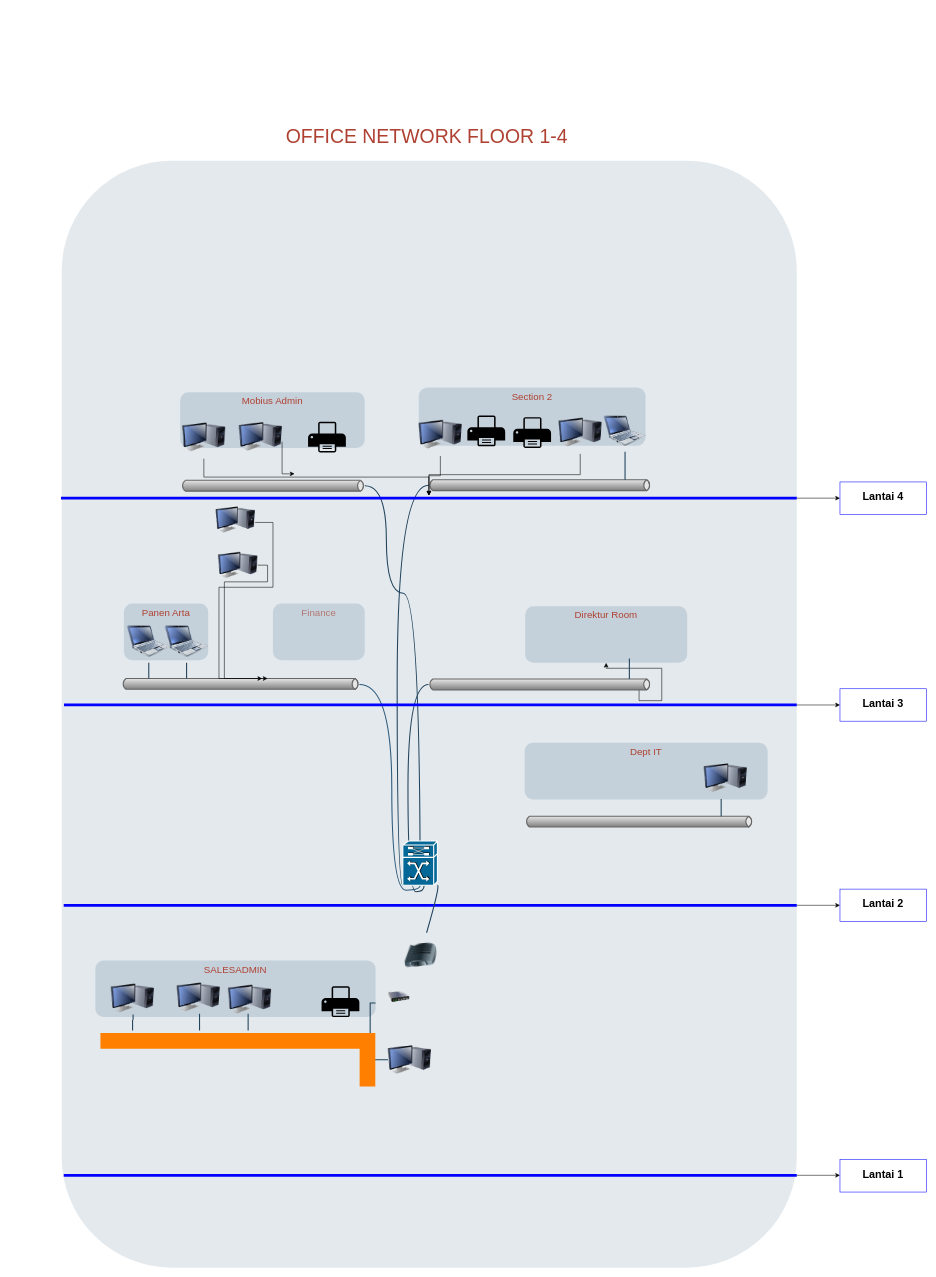
The draw.io diagram Topologi jaringan Office.drawio in dheonz/olampp, before the edit. Source tidied: cells renumbered, new cells numbered last; positions are measured from the earlier drawing's top-left corner, leaving out a move shared by most shapes. Both pictures are drawn from the tidied source at 54%, with x=0, y=0 at pixel (54, 123). Pictures stored in the file or linked from it are replaced by grey dashed boxes.
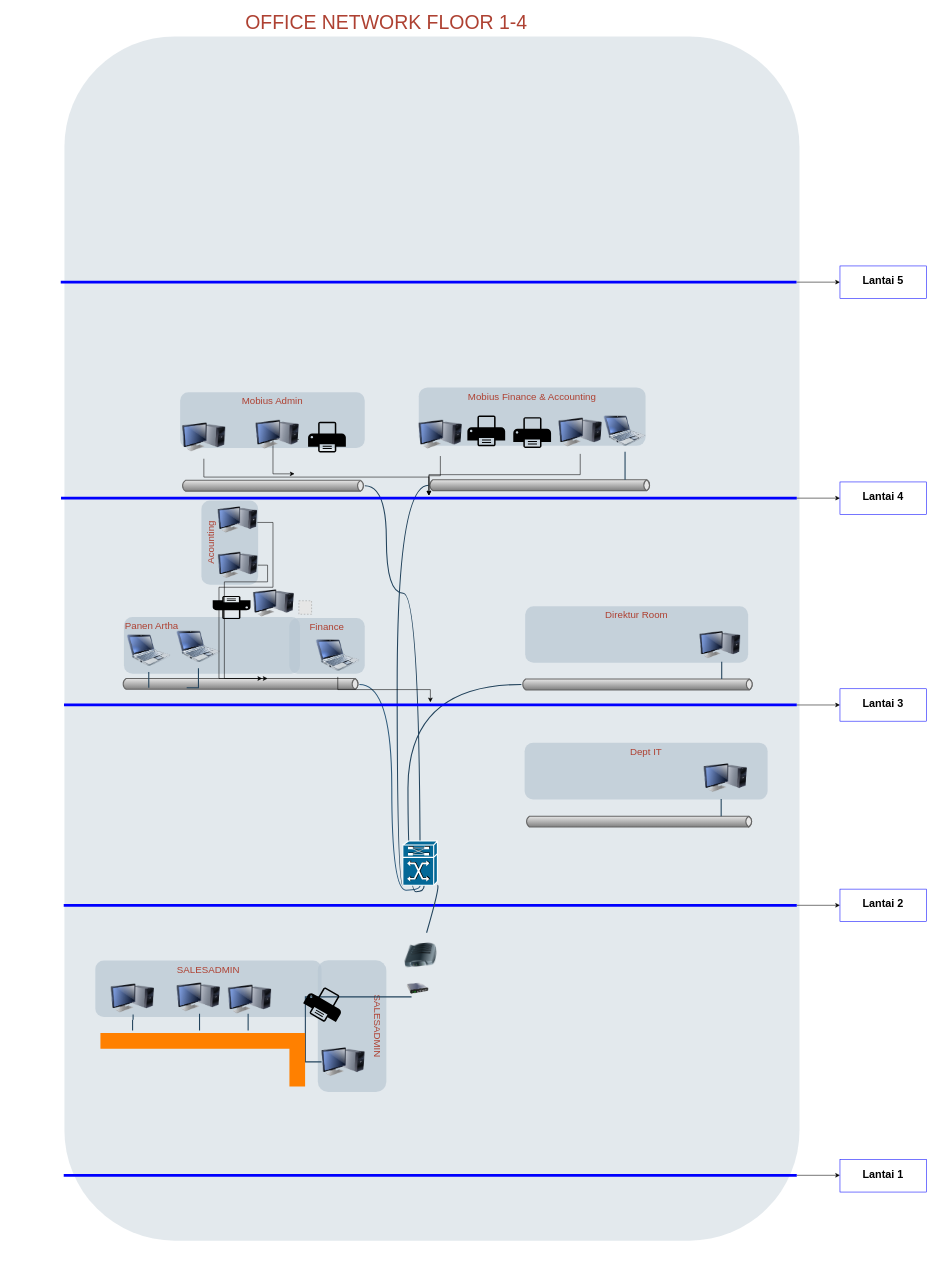
The same diagram, later.

Unchanged cells that the change refers to:
```xml
<mxCell id="16" style="strokeWidth=2;strokeColor=#666666;dashed=0;align=center;html=1;fontSize=8;shape=mxgraph.eip.messageChannel;shadow=0;fillColor=#FFFFFF;gradientColor=none;fontColor=#F08705;fontStyle=0;" parent="1" vertex="1">
  <mxGeometry x="125" y="1029" width="440" height="20" as="geometry" />
</mxCell>
<mxCell id="47" style="line;strokeWidth=5;html=1;strokeColor=#0000FF;" parent="1" vertex="1">
  <mxGeometry x="18" y="1073" width="1357" height="10" as="geometry" />
</mxCell>
```

Change to the diagram source:
```diff
@@
+    <mxCell id="3" style="rounded=1;whiteSpace=wrap;html=1;shadow=0;strokeColor=none;fillColor=#BAC8D3;gradientColor=none;fontSize=18;fontColor=#F08705;opacity=40;fontStyle=0;strokeWidth=3;" parent="1" vertex="1">
+      <mxGeometry x="18.8" y="-160" width="1361.2" height="2230" as="geometry" />
+    </mxCell>
+    <mxCell id="75" value="Acounting" style="rounded=1;whiteSpace=wrap;html=1;shadow=0;strokeColor=none;fillColor=#BAC8D3;gradientColor=none;fontSize=18;fontColor=#AE4132;verticalAlign=top;fontStyle=0;opacity=70;strokeWidth=3;rotation=-90;" parent="1" vertex="1">
+      <mxGeometry x="247" y="725" width="156" height="105" as="geometry" />
+    </mxCell>
+    <mxCell id="30" value="&lt;span style=&quot;line-height: 17.1818180084229px&quot;&gt;SALESADMIN&lt;/span&gt;" style="rounded=1;whiteSpace=wrap;html=1;shadow=0;strokeColor=none;fillColor=#BAC8D3;gradientColor=none;fontSize=18;fontColor=#AE4132;verticalAlign=top;fontStyle=0;opacity=70;strokeWidth=3;" parent="1" vertex="1">
+      <mxGeometry x="76" y="1551" width="419" height="105" as="geometry" />
+    </mxCell>
+    <mxCell id="76" value="&lt;span style=&quot;line-height: 17.1818180084229px&quot;&gt;SALESADMIN&lt;/span&gt;" style="rounded=1;whiteSpace=wrap;html=1;shadow=0;strokeColor=none;fillColor=#BAC8D3;gradientColor=none;fontSize=18;fontColor=#AE4132;verticalAlign=top;fontStyle=0;opacity=70;strokeWidth=3;rotation=90;" parent="1" vertex="1">
+      <mxGeometry x="429.4" y="1609.4" width="244.2" height="126.9" as="geometry" />
+    </mxCell>
     <mxCell id="2" value="&lt;span style=&quot;line-height: 17.1818180084229px&quot;&gt;Finance&lt;/span&gt;" style="rounded=1;whiteSpace=wrap;html=1;shadow=0;strokeColor=none;fillColor=#BAC8D3;gradientColor=none;fontSize=18;fontColor=#AE4132;verticalAlign=top;fontStyle=0;opacity=70;strokeWidth=3;" parent="1" vertex="1">
-      <mxGeometry x="405" y="890" width="170" height="105" as="geometry" />
+      <mxGeometry x="435" y="917" width="140" height="103" as="geometry" />
     </mxCell>
-    <mxCell id="3" style="rounded=1;whiteSpace=wrap;html=1;shadow=0;strokeColor=none;fillColor=#BAC8D3;gradientColor=none;fontSize=18;fontColor=#F08705;opacity=40;fontStyle=0;strokeWidth=3;" parent="1" vertex="1">
-      <mxGeometry x="13.8" y="70" width="1361.2" height="2050" as="geometry" />
-    </mxCell>
@@
-    <mxCell id="6" value="&lt;span style=&quot;line-height: 17.1818180084229px&quot;&gt;Panen Arta&lt;/span&gt;" style="rounded=1;whiteSpace=wrap;html=1;shadow=0;strokeColor=none;fillColor=#BAC8D3;gradientColor=none;fontSize=18;fontColor=#AE4132;verticalAlign=top;fontStyle=0;opacity=70;strokeWidth=3;" parent="1" vertex="1">
-      <mxGeometry x="129" y="890" width="156" height="105" as="geometry" />
+    <mxCell id="6" value="&lt;span style=&quot;line-height: 17.1818180084229px&quot;&gt;Panen Artha&lt;/span&gt;" style="rounded=1;whiteSpace=wrap;html=1;shadow=0;strokeColor=none;fillColor=#BAC8D3;gradientColor=none;fontSize=18;fontColor=#AE4132;verticalAlign=top;fontStyle=0;opacity=70;strokeWidth=3;align=left;" parent="1" vertex="1">
+      <mxGeometry x="129" y="915" width="326" height="105" as="geometry" />
     </mxCell>
     <mxCell id="7" value="&lt;span style=&quot;line-height: 17.1818180084229px&quot;&gt;Direktur Room&lt;/span&gt;" style="rounded=1;whiteSpace=wrap;html=1;shadow=0;strokeColor=none;fillColor=#BAC8D3;gradientColor=none;fontSize=18;fontColor=#AE4132;verticalAlign=top;opacity=70;fontStyle=0;strokeWidth=3;" parent="1" vertex="1">
-      <mxGeometry x="872" y="895" width="300" height="105" as="geometry" />
+      <mxGeometry x="872" y="895" width="413" height="105" as="geometry" />
     </mxCell>
-    <mxCell id="8" value="&lt;span style=&quot;line-height: 17.1818180084229px&quot;&gt;Section 2&lt;/span&gt;&lt;br&gt;" style="rounded=1;whiteSpace=wrap;html=1;shadow=0;strokeColor=none;fillColor=#BAC8D3;gradientColor=none;fontSize=18;fontColor=#AE4132;verticalAlign=top;opacity=70;fontStyle=0;strokeWidth=3;" parent="1" vertex="1">
+    <mxCell id="8" value="&lt;span style=&quot;line-height: 17.1818180084229px&quot;&gt;Mobius Finance &amp;amp; Accounting&lt;/span&gt;" style="rounded=1;whiteSpace=wrap;html=1;shadow=0;strokeColor=none;fillColor=#BAC8D3;gradientColor=none;fontSize=18;fontColor=#AE4132;verticalAlign=top;opacity=70;fontStyle=0;strokeWidth=3;" parent="1" vertex="1">
       <mxGeometry x="675" y="490" width="420" height="108" as="geometry" />
     </mxCell>
@@
     <mxCell id="13" style="image;html=1;image=img/lib/clip_art/computers/Netbook_128x128.png;shadow=0;strokeColor=#000000;fillColor=#FFFFFF;gradientColor=none;fontSize=18;fontColor=#F08705;fontStyle=0;" parent="1" vertex="1">
-      <mxGeometry x="135" y="920" width="80" height="80" as="geometry" />
+      <mxGeometry x="135" y="937" width="80" height="80" as="geometry" />
     </mxCell>
     <mxCell id="14" style="image;html=1;image=img/lib/clip_art/computers/Netbook_128x128.png;shadow=0;strokeColor=#000000;fillColor=#FFFFFF;gradientColor=none;fontSize=18;fontColor=#F08705;fontStyle=0;" parent="1" vertex="1">
-      <mxGeometry x="205" y="920" width="80" height="80" as="geometry" />
+      <mxGeometry x="227" y="930" width="80" height="80" as="geometry" />
     </mxCell>
@@
-    <mxCell id="17" style="edgeStyle=orthogonalEdgeStyle;rounded=0;jettySize=auto;html=1;exitX=0;exitY=1;exitDx=390;exitDy=0;exitPerimeter=0;" parent="1" edge="1" source="18" target="7">
-      <mxGeometry relative="1" as="geometry" />
-    </mxCell>
     <mxCell id="18" style="strokeWidth=2;strokeColor=#666666;dashed=0;align=center;html=1;fontSize=8;shape=mxgraph.eip.messageChannel;shadow=0;fillColor=#FFFFFF;gradientColor=none;fontColor=#F08705;fontStyle=0;" parent="1" vertex="1">
-      <mxGeometry x="693" y="1030" width="412" height="20" as="geometry" />
+      <mxGeometry x="865" y="1030" width="430" height="20" as="geometry" />
     </mxCell>
@@
-    <mxCell id="20" style="edgeStyle=elbowEdgeStyle;strokeWidth=2;rounded=0;endArrow=none;startArrow=none;startSize=10;endSize=10;dashed=0;html=1;strokeColor=#23445D;fontSize=18;fontColor=#F08705;startFill=0;endFill=0;fontStyle=0;" parent="1" edge="1" source="13" target="16">
-      <mxGeometry relative="1" as="geometry" />
+    <mxCell id="20" style="edgeStyle=elbowEdgeStyle;strokeWidth=2;rounded=0;endArrow=none;startArrow=none;startSize=10;endSize=10;dashed=0;html=1;strokeColor=#23445D;fontSize=18;fontColor=#F08705;startFill=0;endFill=0;fontStyle=0;" parent="1" edge="1" source="13">
+      <mxGeometry relative="1" as="geometry">
+        <mxPoint x="175.2" y="1046" as="targetPoint" />
+      </mxGeometry>
     </mxCell>
-    <mxCell id="21" style="edgeStyle=elbowEdgeStyle;strokeWidth=2;rounded=0;endArrow=none;startArrow=none;startSize=10;endSize=10;dashed=0;html=1;strokeColor=#23445D;fontSize=18;fontColor=#F08705;startFill=0;endFill=0;fontStyle=0;" parent="1" edge="1" source="14" target="16">
-      <mxGeometry relative="1" as="geometry" />
+    <mxCell id="21" style="edgeStyle=elbowEdgeStyle;strokeWidth=2;rounded=0;endArrow=none;startArrow=none;startSize=10;endSize=10;dashed=0;html=1;strokeColor=#23445D;fontSize=18;fontColor=#F08705;startFill=0;endFill=0;fontStyle=0;" parent="1" edge="1" source="14">
+      <mxGeometry relative="1" as="geometry">
+        <mxPoint x="245.2" y="1046" as="targetPoint" />
+        <Array as="points">
+          <mxPoint x="267" y="1020" />
+        </Array>
+      </mxGeometry>
     </mxCell>
-    <mxCell id="22" style="edgeStyle=elbowEdgeStyle;strokeWidth=2;rounded=0;endArrow=none;startArrow=none;startSize=10;endSize=10;dashed=0;html=1;strokeColor=#23445D;fontSize=18;fontColor=#F08705;startFill=0;endFill=0;fontStyle=0;" parent="1" edge="1" target="18">
+    <mxCell id="22" style="edgeStyle=elbowEdgeStyle;strokeWidth=2;rounded=0;endArrow=none;startArrow=none;startSize=10;endSize=10;dashed=0;html=1;strokeColor=#23445D;fontSize=18;fontColor=#F08705;startFill=0;endFill=0;fontStyle=0;" parent="1" edge="1">
       <mxGeometry relative="1" as="geometry">
-        <mxPoint x="1065" y="992" as="sourcePoint" />
+        <mxPoint x="1236" y="998" as="sourcePoint" />
+        <mxPoint x="1236.3" y="1029.8" as="targetPoint" />
       </mxGeometry>
     </mxCell>
@@
     <mxCell id="27" value="OFFICE NETWORK FLOOR 1-4" style="text;html=1;strokeColor=none;fillColor=none;align=center;verticalAlign=middle;whiteSpace=wrap;overflow=hidden;shadow=0;fontSize=36;fontColor=#AE4132;fontStyle=0;" parent="1" vertex="1">
-      <mxGeometry width="1380" height="45" as="geometry" />
+      <mxGeometry x="-75" y="-210" width="1380" height="45" as="geometry" />
     </mxCell>
@@
-    <mxCell id="30" value="&lt;span style=&quot;line-height: 17.1818180084229px&quot;&gt;SALESADMIN&lt;/span&gt;" style="rounded=1;whiteSpace=wrap;html=1;shadow=0;strokeColor=none;fillColor=#BAC8D3;gradientColor=none;fontSize=18;fontColor=#AE4132;verticalAlign=top;fontStyle=0;opacity=70;strokeWidth=3;" parent="1" vertex="1">
-      <mxGeometry x="76" y="1551" width="519" height="105" as="geometry" />
-    </mxCell>
@@
     <mxCell id="37" style="image;html=1;image=img/lib/clip_art/computers/Monitor_Tower_128x128.png;shadow=0;strokeColor=#000000;fillColor=#FFFFFF;gradientColor=none;fontSize=18;fontColor=#F08705;fontStyle=0;" parent="1" vertex="1">
-      <mxGeometry x="618" y="1695" width="80" height="80" as="geometry" />
+      <mxGeometry x="495" y="1699" width="80" height="80" as="geometry" />
     </mxCell>
@@
     <mxCell id="43" style="image;html=1;image=img/lib/clip_art/networking/Switch_128x128.png;rotation=5;" parent="1" vertex="1">
-      <mxGeometry x="618" y="1603" width="40" height="32" as="geometry" />
+      <mxGeometry x="653" y="1587.5" width="40" height="32" as="geometry" />
     </mxCell>
@@
-    <mxCell id="53" style="edgeStyle=elbowEdgeStyle;strokeWidth=2;rounded=0;endArrow=none;startArrow=none;startSize=10;endSize=10;dashed=0;html=1;strokeColor=#23445D;fontSize=18;fontColor=#F08705;startFill=0;endFill=0;fontStyle=0;exitX=0;exitY=0.5;exitDx=0;exitDy=0;entryX=1;entryY=0.75;entryDx=0;entryDy=0;" parent="1" edge="1" source="37" target="30">
+    <mxCell id="53" style="edgeStyle=elbowEdgeStyle;strokeWidth=2;rounded=0;endArrow=none;startArrow=none;startSize=10;endSize=10;dashed=0;html=1;strokeColor=#23445D;fontSize=18;fontColor=#F08705;startFill=0;endFill=0;fontStyle=0;exitX=0;exitY=0.5;exitDx=0;exitDy=0;entryX=0.25;entryY=1;entryDx=0;entryDy=0;" parent="1" edge="1" source="37" target="43">
       <mxGeometry relative="1" as="geometry">
         <Array as="points">
-          <mxPoint x="585" y="1680" />
+          <mxPoint x="465" y="1710" />
+          <mxPoint x="475" y="1690" />
         </Array>
       </mxGeometry>
     </mxCell>
     <mxCell id="54" style="verticalLabelPosition=bottom;html=1;verticalAlign=top;align=center;shape=mxgraph.floorplan.wallCorner;fillColor=strokeColor;direction=south;strokeColor=#FF8000;strokeWidth=19;" parent="1" vertex="1">
-      <mxGeometry x="95" y="1695" width="490" height="80" as="geometry" />
+      <mxGeometry x="95" y="1695" width="360" height="80" as="geometry" />
     </mxCell>
-    <mxCell id="55" style="sketch=0;shadow=0;dashed=0;html=1;strokeColor=none;fillColor=#000000;labelPosition=center;verticalLabelPosition=bottom;verticalAlign=top;align=center;shape=mxgraph.office.devices.printer;strokeWidth=19;" parent="1" vertex="1">
-      <mxGeometry x="495" y="1599" width="70" height="57" as="geometry" />
+    <mxCell id="55" style="sketch=0;shadow=0;dashed=0;html=1;strokeColor=none;fillColor=#000000;labelPosition=center;verticalLabelPosition=bottom;verticalAlign=top;align=center;shape=mxgraph.office.devices.printer;strokeWidth=19;rotation=30;" parent="1" vertex="1">
+      <mxGeometry x="465" y="1604" width="70" height="57" as="geometry" />
     </mxCell>
@@
     <mxCell id="62" style="edgeStyle=orthogonalEdgeStyle;rounded=0;jettySize=auto;html=1;exitX=0.999;exitY=0.616;exitDx=0;exitDy=0;exitPerimeter=0;" parent="1" edge="1" source="63">
       <mxGeometry relative="1" as="geometry">
         <mxPoint x="445" y="650" as="targetPoint" />
         <Array as="points">
-          <mxPoint x="422" y="650" />
-          <mxPoint x="445" y="650" />
+          <mxPoint x="405" y="586" />
+          <mxPoint x="405" y="650" />
         </Array>
       </mxGeometry>
     </mxCell>
     <mxCell id="63" style="image;html=1;image=img/lib/clip_art/computers/Monitor_Tower_128x128.png;shadow=0;strokeColor=#000000;fillColor=#FFFFFF;gradientColor=none;fontSize=18;fontColor=#F08705;fontStyle=0;" parent="1" vertex="1">
-      <mxGeometry x="342" y="541" width="80" height="80" as="geometry" />
+      <mxGeometry x="373" y="537" width="80" height="80" as="geometry" />
     </mxCell>
@@
     <mxCell id="74" style="image;html=1;image=img/lib/clip_art/computers/Monitor_Tower_128x128.png;shadow=0;strokeColor=#000000;fillColor=#FFFFFF;gradientColor=none;fontSize=18;fontColor=#F08705;fontStyle=0;" parent="1" vertex="1">
-      <mxGeometry x="299" y="700" width="73" height="70" as="geometry" />
+      <mxGeometry x="303" y="700" width="73" height="70" as="geometry" />
     </mxCell>
+    <mxCell id="77" style="edgeStyle=orthogonalEdgeStyle;rounded=0;jettySize=auto;html=1;" parent="1" edge="1" source="78" target="47">
+      <mxGeometry relative="1" as="geometry" />
+    </mxCell>
+    <mxCell id="78" style="image;html=1;image=img/lib/clip_art/computers/Netbook_128x128.png;shadow=0;strokeColor=#000000;fillColor=#FFFFFF;gradientColor=none;fontSize=18;fontColor=#F08705;fontStyle=0;" parent="1" vertex="1">
+      <mxGeometry x="485" y="946" width="80" height="80" as="geometry" />
+    </mxCell>
+    <mxCell id="79" style="image;html=1;image=img/lib/clip_art/computers/Monitor_Tower_128x128.png;shadow=0;strokeColor=#000000;fillColor=#FFFFFF;gradientColor=none;fontSize=18;fontColor=#F08705;fontStyle=0;" parent="1" vertex="1">
+      <mxGeometry x="368.4" y="852.8" width="75.6" height="73.2" as="geometry" />
+    </mxCell>
+    <mxCell id="80" style="fillColor=#E6E6E6;strokeColor=#999999;dashed=1;verticalLabelPosition=bottom;labelBackgroundColor=default;verticalAlign=top;" parent="1" vertex="1">
+      <mxGeometry x="453" y="885" width="23.5" height="25" as="geometry" />
+    </mxCell>
+    <mxCell id="81" style="sketch=0;shadow=0;dashed=0;html=1;strokeColor=none;fillColor=#000000;labelPosition=center;verticalLabelPosition=bottom;verticalAlign=top;align=center;shape=mxgraph.office.devices.printer;strokeWidth=19;rotation=-180;" parent="1" vertex="1">
+      <mxGeometry x="293.4" y="876" width="70" height="43" as="geometry" />
+    </mxCell>
+    <mxCell id="82" style="edgeStyle=orthogonalEdgeStyle;rounded=0;jettySize=auto;html=1;fontSize=14;" parent="1" edge="1" source="83" target="84">
+      <mxGeometry relative="1" as="geometry" />
+    </mxCell>
+    <mxCell id="83" style="line;strokeWidth=5;html=1;strokeColor=#0000FF;" parent="1" vertex="1">
+      <mxGeometry x="12" y="290" width="1362.5" height="10" as="geometry" />
+    </mxCell>
+    <mxCell id="84" value="&lt;b&gt;&lt;font style=&quot;font-size: 20px;&quot;&gt;Lantai 5&lt;/font&gt;&lt;/b&gt;" style="whiteSpace=wrap;html=1;verticalAlign=top;strokeColor=#0000FF;strokeWidth=1;labelBackgroundColor=default;spacingTop=8;" parent="1" vertex="1">
+      <mxGeometry x="1455" y="265" width="160" height="60" as="geometry" />
+    </mxCell>
+    <mxCell id="85" style="image;html=1;image=img/lib/clip_art/computers/Monitor_Tower_128x128.png;shadow=0;strokeColor=#000000;fillColor=#FFFFFF;gradientColor=none;fontSize=18;fontColor=#F08705;fontStyle=0;" parent="1" vertex="1">
+      <mxGeometry x="1195" y="930" width="75.6" height="73.2" as="geometry" />
+    </mxCell>
```
